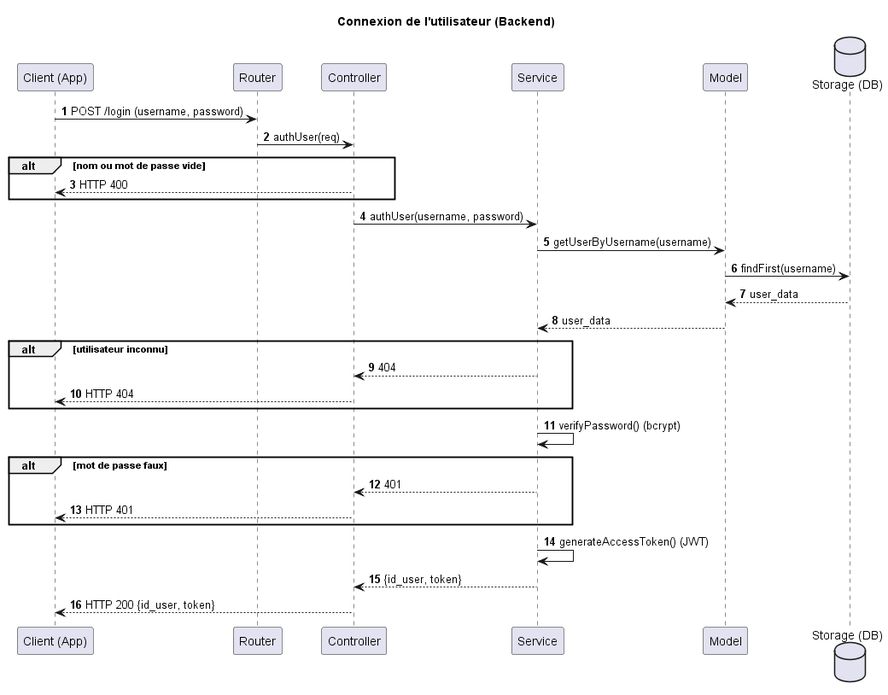
Before: docs/UML/login-sequence-diagram-Connexion_de_l_utilisateur__Backend_.png, a diagram exported from PlantUML (TPI2026-NewsGenerator/NewsGenerator-Backend).
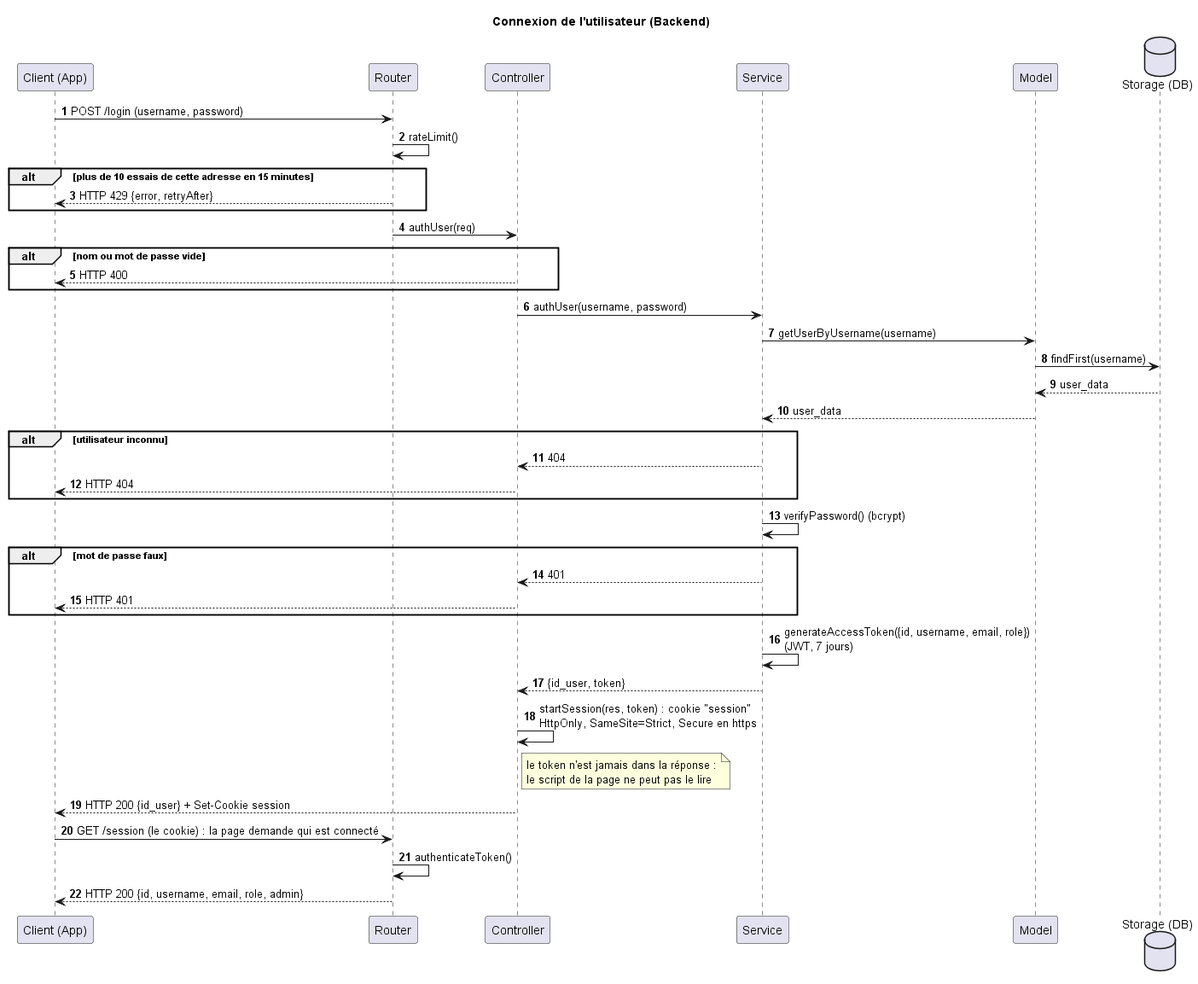
The same diagram one commit later.

The edit, as a diff of the source:
```diff
@@ -10,6 +10,10 @@
 database "Storage (DB)" as Storage
 
 Client -> Router : POST /login (username, password)
+Router -> Router : rateLimit()
+alt plus de 10 essais de cette adresse en 15 minutes
+    Router --> Client : HTTP 429 {error, retryAfter}
+end
 Router -> Controller : authUser(req)
 alt nom ou mot de passe vide
     Controller --> Client : HTTP 400
@@ -28,8 +32,13 @@
     Service --> Controller : 401
     Controller --> Client : HTTP 401
 end
-Service -> Service : generateAccessToken() (JWT)
+Service -> Service : generateAccessToken({id, username, email, role})\n(JWT, 7 jours)
 Service --> Controller : {id_user, token}
-Controller --> Client : HTTP 200 {id_user, token}
+Controller -> Controller : startSession(res, token) : cookie "session"\nHttpOnly, SameSite=Strict, Secure en https
+note right of Controller : le token n'est jamais dans la réponse :\nle script de la page ne peut pas le lire
+Controller --> Client : HTTP 200 {id_user} + Set-Cookie session
+Client -> Router : GET /session (le cookie) : la page demande qui est connecté
+Router -> Router : authenticateToken()
+Router --> Client : HTTP 200 {id, username, email, role, admin}
 
 @enduml
```
